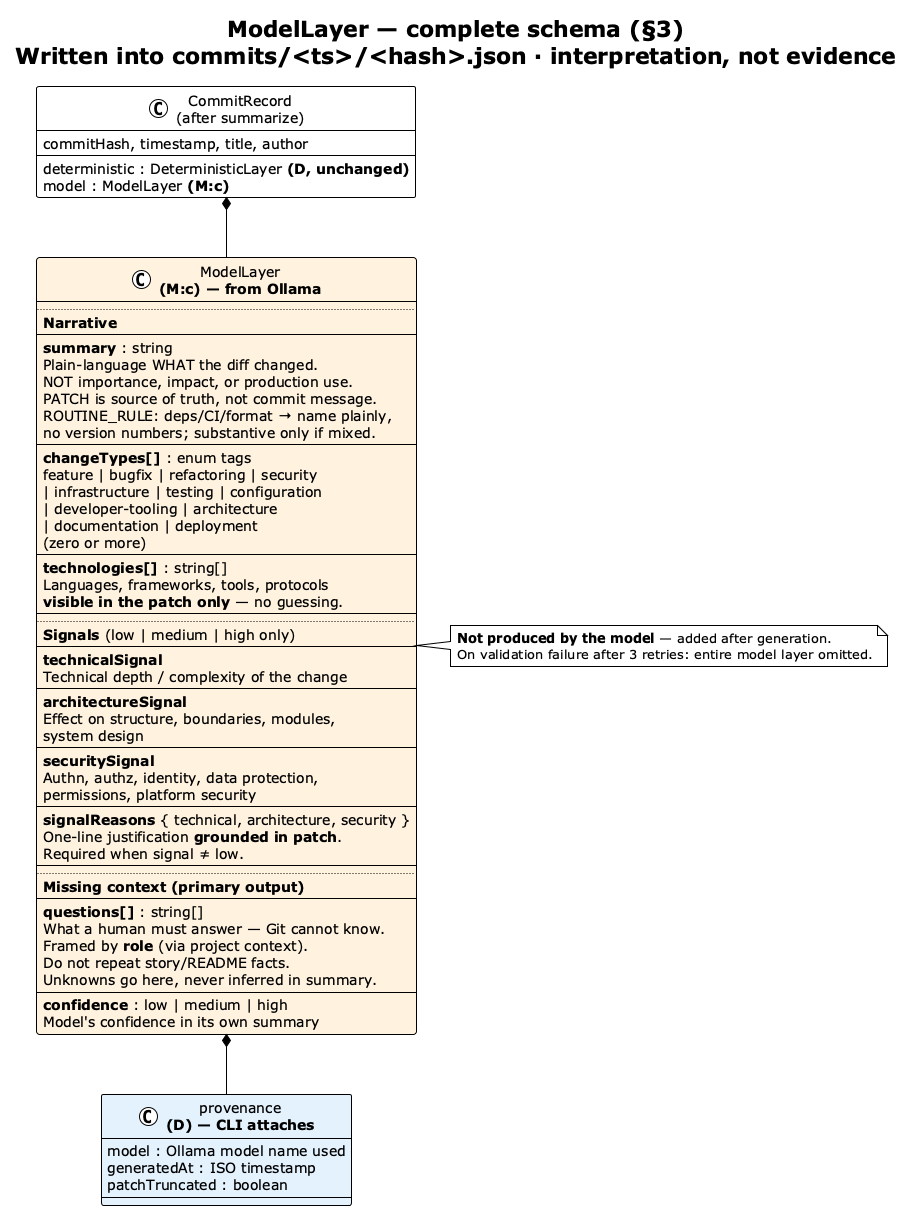
Earlier version of the PlantUML export img/summarize-model-layer.png (vzakharchenko/dev-workgraph). Its diagram source:
```plantuml
@startuml summarize-model-layer
!theme plain
skinparam shadowing false
skinparam classBackgroundColor #FAFAFA

title **ModelLayer** — complete schema (§3)\nWritten into commits/<ts>/<hash>.json · interpretation, not evidence

class "CommitRecord\n(after summarize)" as CR {
  commitHash, timestamp, title, author
  deterministic : DeterministicLayer **(D, unchanged)**
  model : ModelLayer **(M:c)**
}

class "ModelLayer\n**(M:c) — from Ollama**" as MOD #FFF3E0 {
  ..
  **Narrative**
  --
  **summary** : string
  Plain-language WHAT the diff changed.
  NOT importance, impact, or production use.
  PATCH is source of truth, not commit message.
  ROUTINE_RULE: deps/CI/format → name plainly,
  no version numbers; substantive only if mixed.
  --
  **changeTypes[]** : enum tags
  feature | bugfix | refactoring | security
  | infrastructure | testing | configuration
  | developer-tooling | architecture
  | documentation | deployment
  (zero or more)
  --
  **technologies[]** : string[]
  Languages, frameworks, tools, protocols
  **visible in the patch only** — no guessing.
  --
  ..
  **Signals** (low | medium | high only)
  --
  **technicalSignal**
  Technical depth / complexity of the change
  --
  **architectureSignal**
  Effect on structure, boundaries, modules,
  system design
  --
  **securitySignal**
  Authn, authz, identity, data protection,
  permissions, platform security
  --
  **signalReasons** { technical, architecture, security }
  One-line justification **grounded in patch**.
  Required when signal ≠ low.
  --
  ..
  **Missing context (primary output)**
  --
  **questions[]** : string[]
  What a human must answer — Git cannot know.
  Framed by **role** (via project context).
  Do not repeat story/README facts.
  Unknowns go here, never inferred in summary.
  --
  **confidence** : low | medium | high
  Model's confidence in its own summary
}

class "provenance\n**(D) — CLI attaches**" as PROV #E3F2FD {
  model : Ollama model name used
  generatedAt : ISO timestamp
  patchTruncated : boolean
}

MOD *-- PROV

note right of MOD
  **Not produced by the model** — added after generation.
  On validation failure after 3 retries: entire model layer omitted.
end note

CR *-- MOD

@enduml
```
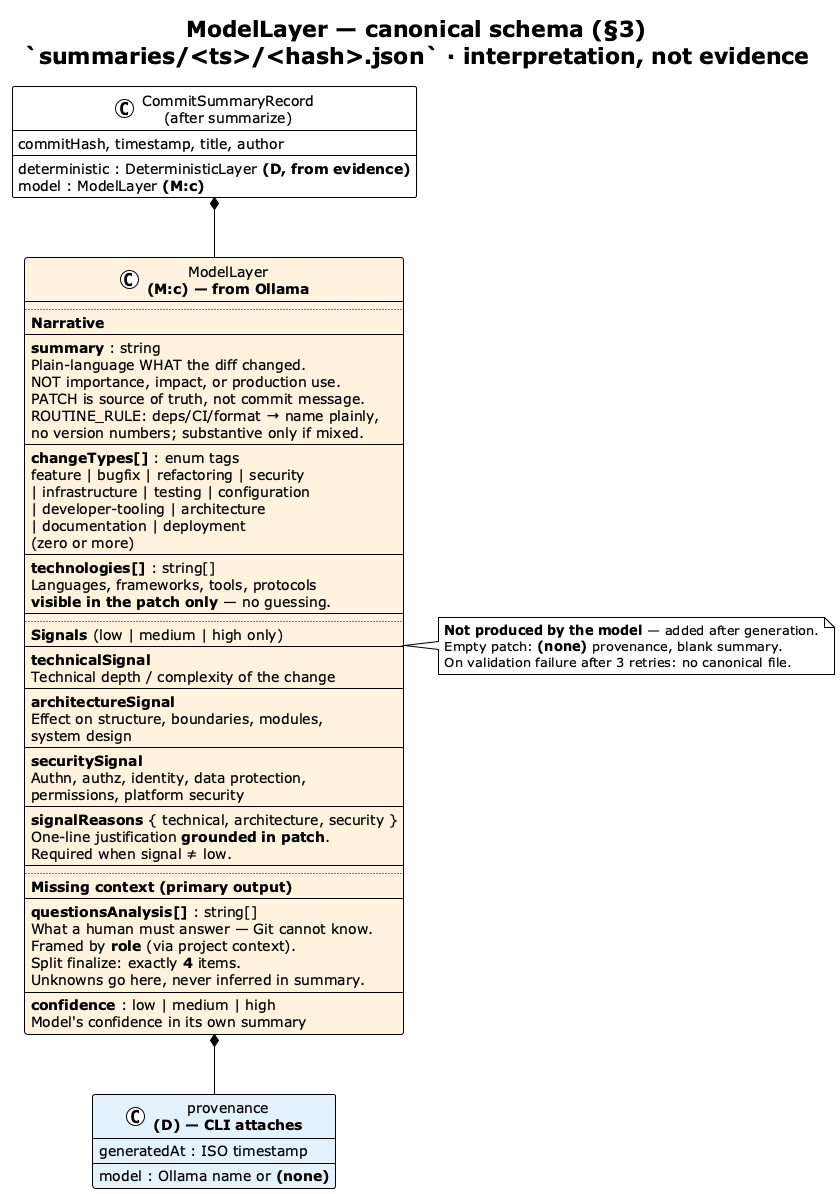
After the change.

Change to the diagram source:
```diff
@@ -3,11 +3,11 @@
 skinparam shadowing false
 skinparam classBackgroundColor #FAFAFA
 
-title **ModelLayer** — complete schema (§3)\nWritten into commits/<ts>/<hash>.json · interpretation, not evidence
+title **ModelLayer** — canonical schema (§3)\n`summaries/<ts>/<hash>.json` · interpretation, not evidence
 
-class "CommitRecord\n(after summarize)" as CR {
+class "CommitSummaryRecord\n(after summarize)" as CR {
   commitHash, timestamp, title, author
-  deterministic : DeterministicLayer **(D, unchanged)**
+  deterministic : DeterministicLayer **(D, from evidence)**
   model : ModelLayer **(M:c)**
 }
 
@@ -54,10 +54,10 @@
   ..
   **Missing context (primary output)**
   --
-  **questions[]** : string[]
+  **questionsAnalysis[]** : string[]
   What a human must answer — Git cannot know.
   Framed by **role** (via project context).
-  Do not repeat story/README facts.
+  Split finalize: exactly **4** items.
   Unknowns go here, never inferred in summary.
   --
   **confidence** : low | medium | high
@@ -65,16 +65,16 @@
 }
 
 class "provenance\n**(D) — CLI attaches**" as PROV #E3F2FD {
-  model : Ollama model name used
+  model : Ollama name or **(none)**
   generatedAt : ISO timestamp
-  patchTruncated : boolean
 }
 
 MOD *-- PROV
 
 note right of MOD
   **Not produced by the model** — added after generation.
-  On validation failure after 3 retries: entire model layer omitted.
+  Empty patch: **(none)** provenance, blank summary.
+  On validation failure after 3 retries: no canonical file.
 end note
 
 CR *-- MOD
```
